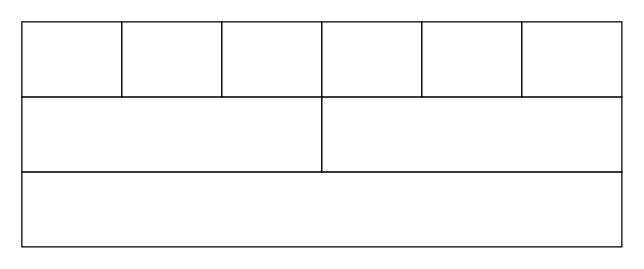
foobarren/designflow keeps this draw.io diagram as wisdom component.drawio. Above is the earlier version. Source tidied: cells renumbered, new cells numbered last; positions are measured from the earlier drawing's top-left corner, leaving out a move shared by most shapes. Both pictures are drawn from the tidied source at 125%, with x=0, y=0 at pixel (21, 21).
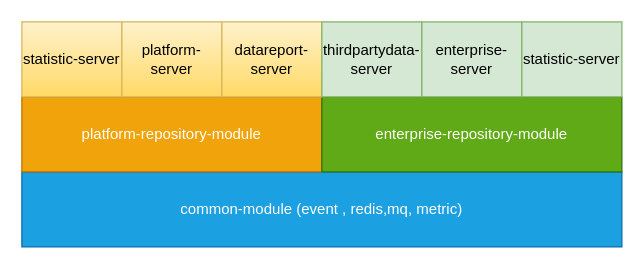
Above is the later version.

Diff of the diagram source:
```diff
@@
 <mxGraphModel>
   <root>
     <mxCell id="0" />
     <mxCell id="1" parent="0" />
-    <mxCell id="2" style="rounded=0;whiteSpace=wrap;html=1;" parent="1" vertex="1">
+    <mxCell id="2" value="common-&lt;span&gt;module&amp;nbsp;&lt;/span&gt;(event , redis,mq, metric)" style="rounded=0;whiteSpace=wrap;html=1;fillColor=#1ba1e2;strokeColor=#006EAF;fontColor=#FFFFFF;" parent="1" vertex="1">
       <mxGeometry y="120" width="480" height="60" as="geometry" />
     </mxCell>
-    <mxCell id="3" style="rounded=0;whiteSpace=wrap;html=1;" parent="1" vertex="1">
+    <mxCell id="3" value="platform-repository-module" style="rounded=0;whiteSpace=wrap;html=1;fillColor=#f0a30a;strokeColor=#BD7000;fontColor=#FFFFFF;" parent="1" vertex="1">
       <mxGeometry y="60" width="240" height="60" as="geometry" />
     </mxCell>
-    <mxCell id="4" style="rounded=0;whiteSpace=wrap;html=1;" parent="1" vertex="1">
+    <mxCell id="4" value="enterprise-repository-module" style="rounded=0;whiteSpace=wrap;html=1;fillColor=#60a917;strokeColor=#2D7600;fontColor=#ffffff;" parent="1" vertex="1">
       <mxGeometry x="240" y="60" width="240" height="60" as="geometry" />
     </mxCell>
-    <mxCell id="5" style="rounded=0;whiteSpace=wrap;html=1;" parent="1" vertex="1">
+    <mxCell id="5" value="statistic-server" style="rounded=0;whiteSpace=wrap;html=1;gradientColor=#ffd966;fillColor=#fff2cc;strokeColor=#d6b656;" parent="1" vertex="1">
       <mxGeometry width="80" height="60" as="geometry" />
     </mxCell>
-    <mxCell id="6" style="rounded=0;whiteSpace=wrap;html=1;" parent="1" vertex="1">
+    <mxCell id="6" value="platform-server" style="rounded=0;whiteSpace=wrap;html=1;gradientColor=#ffd966;fillColor=#fff2cc;strokeColor=#d6b656;" parent="1" vertex="1">
       <mxGeometry x="80" width="80" height="60" as="geometry" />
     </mxCell>
-    <mxCell id="7" style="rounded=0;whiteSpace=wrap;html=1;" parent="1" vertex="1">
+    <mxCell id="7" value="datareport-server" style="rounded=0;whiteSpace=wrap;html=1;gradientColor=#ffd966;fillColor=#fff2cc;strokeColor=#d6b656;" parent="1" vertex="1">
       <mxGeometry x="160" width="80" height="60" as="geometry" />
     </mxCell>
-    <mxCell id="8" style="rounded=0;whiteSpace=wrap;html=1;" parent="1" vertex="1">
+    <mxCell id="8" value="thirdpartydata-server" style="rounded=0;whiteSpace=wrap;html=1;fillColor=#d5e8d4;strokeColor=#82b366;" parent="1" vertex="1">
       <mxGeometry x="240" width="80" height="60" as="geometry" />
     </mxCell>
-    <mxCell id="9" style="rounded=0;whiteSpace=wrap;html=1;" parent="1" vertex="1">
+    <mxCell id="9" value="enterprise-server" style="rounded=0;whiteSpace=wrap;html=1;fillColor=#d5e8d4;strokeColor=#82b366;" parent="1" vertex="1">
       <mxGeometry x="320" width="80" height="60" as="geometry" />
     </mxCell>
-    <mxCell id="10" style="rounded=0;whiteSpace=wrap;html=1;" parent="1" vertex="1">
+    <mxCell id="10" value="&lt;span&gt;statistic-server&lt;/span&gt;" style="rounded=0;whiteSpace=wrap;html=1;fillColor=#d5e8d4;strokeColor=#82b366;" parent="1" vertex="1">
       <mxGeometry x="400" width="80" height="60" as="geometry" />
     </mxCell>
   </root>
 </mxGraphModel>
```
